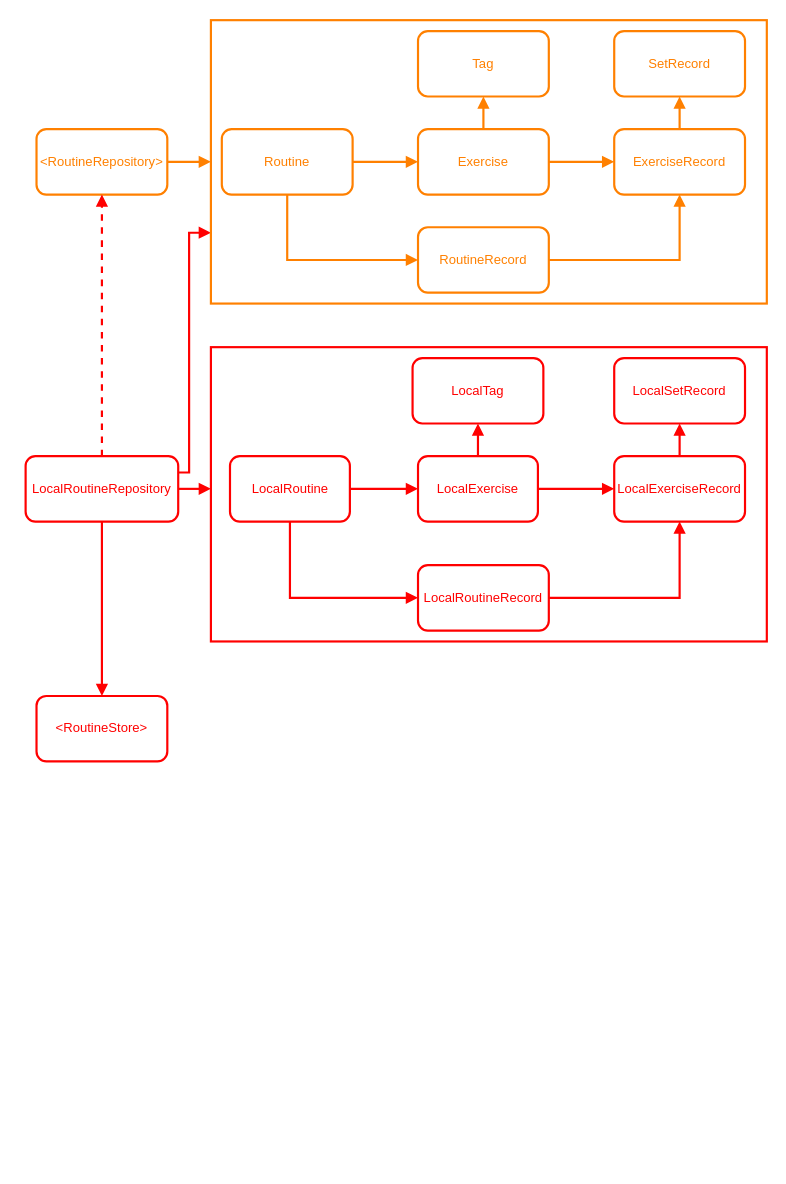
Earlier version of the draw.io diagram liftme-dependency-graph.drawio (boyceEstes/lift-me). Source tidied: cells renumbered, new cells numbered last; positions are measured from the earlier drawing's top-left corner, leaving out a move shared by most shapes. Both pictures are drawn from the tidied source at 109%, with x=0, y=0 at pixel (25, 20).
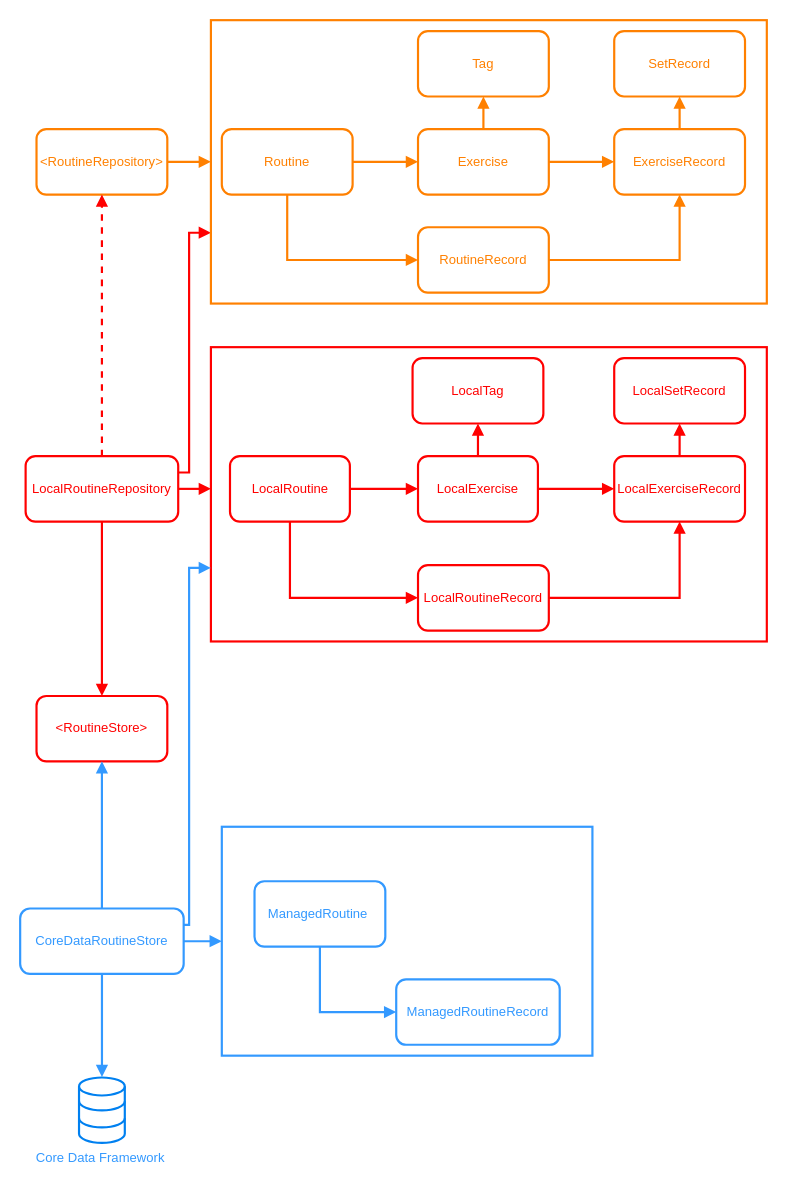
The same diagram, later.

Commit message:
Update LiftMe Dependency Graph to include Core Data Routine Store implementation

Unchanged cells that the change refers to:
```xml
<mxCell id="21" value="&amp;lt;RoutineStore&amp;gt;" style="whiteSpace=wrap;html=1;fillColor=#FFFFFF;strokeColor=#FF0000;fontColor=#FF0000;rounded=1;strokeWidth=2;" parent="1" vertex="1">
  <mxGeometry x="10" y="620" width="120" height="60" as="geometry" />
</mxCell>
<mxCell id="35" style="rounded=0;whiteSpace=wrap;html=1;strokeColor=#FF0000;strokeWidth=2;fillColor=none;" parent="1" vertex="1">
  <mxGeometry x="170" y="300" width="510" height="270" as="geometry" />
</mxCell>
```

Change to the diagram source:
```diff
@@
+    <mxCell id="36" style="edgeStyle=orthogonalEdgeStyle;rounded=0;jettySize=auto;html=1;exitX=0.5;exitY=0;exitDx=0;exitDy=0;entryX=0.5;entryY=1;entryDx=0;entryDy=0;strokeColor=#3399FF;strokeWidth=2;endArrow=block;endFill=1;" parent="1" edge="1" source="40" target="21">
+      <mxGeometry relative="1" as="geometry" />
+    </mxCell>
+    <mxCell id="37" style="edgeStyle=orthogonalEdgeStyle;rounded=0;jettySize=auto;html=1;exitX=1;exitY=0.5;exitDx=0;exitDy=0;strokeColor=#3399FF;strokeWidth=2;fontColor=#3399FF;endArrow=block;endFill=1;" parent="1" edge="1" source="40" target="42">
+      <mxGeometry relative="1" as="geometry" />
+    </mxCell>
+    <mxCell id="38" style="edgeStyle=orthogonalEdgeStyle;rounded=0;jettySize=auto;html=1;strokeColor=#3399FF;strokeWidth=2;fontColor=#3399FF;endArrow=block;endFill=1;entryX=0.501;entryY=-0.006;entryDx=0;entryDy=0;entryPerimeter=0;" parent="1" edge="1" source="40" target="45">
+      <mxGeometry relative="1" as="geometry" />
+    </mxCell>
+    <mxCell id="39" style="edgeStyle=orthogonalEdgeStyle;rounded=0;jettySize=auto;html=1;exitX=1;exitY=0.25;exitDx=0;exitDy=0;strokeColor=#3399FF;strokeWidth=2;fontColor=#3399FF;endArrow=block;endFill=1;entryX=0;entryY=0.75;entryDx=0;entryDy=0;" parent="1" edge="1" source="40" target="35">
+      <mxGeometry relative="1" as="geometry">
+        <Array as="points">
+          <mxPoint x="150" y="830" />
+          <mxPoint x="150" y="502" />
+        </Array>
+      </mxGeometry>
+    </mxCell>
+    <mxCell id="40" value="&lt;font color=&quot;#3399ff&quot;&gt;CoreDataRoutineStore&lt;/font&gt;" style="rounded=1;whiteSpace=wrap;html=1;strokeColor=#3399FF;strokeWidth=2;fillColor=none;" parent="1" vertex="1">
+      <mxGeometry x="-5" y="815" width="150" height="60" as="geometry" />
+    </mxCell>
+    <mxCell id="41" style="edgeStyle=orthogonalEdgeStyle;rounded=0;jettySize=auto;html=1;exitX=0.5;exitY=1;exitDx=0;exitDy=0;strokeColor=#3399FF;strokeWidth=2;fontColor=#3399FF;endArrow=block;endFill=1;entryX=0;entryY=0.5;entryDx=0;entryDy=0;" parent="1" edge="1" source="43" target="44">
+      <mxGeometry relative="1" as="geometry" />
+    </mxCell>
+    <mxCell id="42" style="rounded=0;whiteSpace=wrap;html=1;strokeColor=#3399FF;strokeWidth=2;fontColor=#3399FF;fillColor=none;" parent="1" vertex="1">
+      <mxGeometry x="180" y="740" width="340" height="210" as="geometry" />
+    </mxCell>
+    <mxCell id="43" value="&lt;font color=&quot;#3399ff&quot;&gt;ManagedRoutine&lt;/font&gt;&amp;nbsp;" style="rounded=1;whiteSpace=wrap;html=1;strokeColor=#3399FF;strokeWidth=2;fillColor=none;" parent="1" vertex="1">
+      <mxGeometry x="210" y="790" width="120" height="60" as="geometry" />
+    </mxCell>
+    <mxCell id="44" value="ManagedRoutineRecord" style="rounded=1;whiteSpace=wrap;html=1;strokeColor=#3399FF;strokeWidth=2;fontColor=#3399FF;fillColor=none;" parent="1" vertex="1">
+      <mxGeometry x="340" y="880" width="150" height="60" as="geometry" />
+    </mxCell>
+    <mxCell id="45" value="Core Data Framework&amp;nbsp;" style="html=1;verticalLabelPosition=bottom;align=center;labelBackgroundColor=#ffffff;verticalAlign=top;strokeWidth=2;strokeColor=#0080F0;shadow=0;dashed=0;shape=mxgraph.ios7.icons.data;fontColor=#3399FF;fillColor=none;" parent="1" vertex="1">
+      <mxGeometry x="49" y="970" width="42" height="60" as="geometry" />
+    </mxCell>
```
